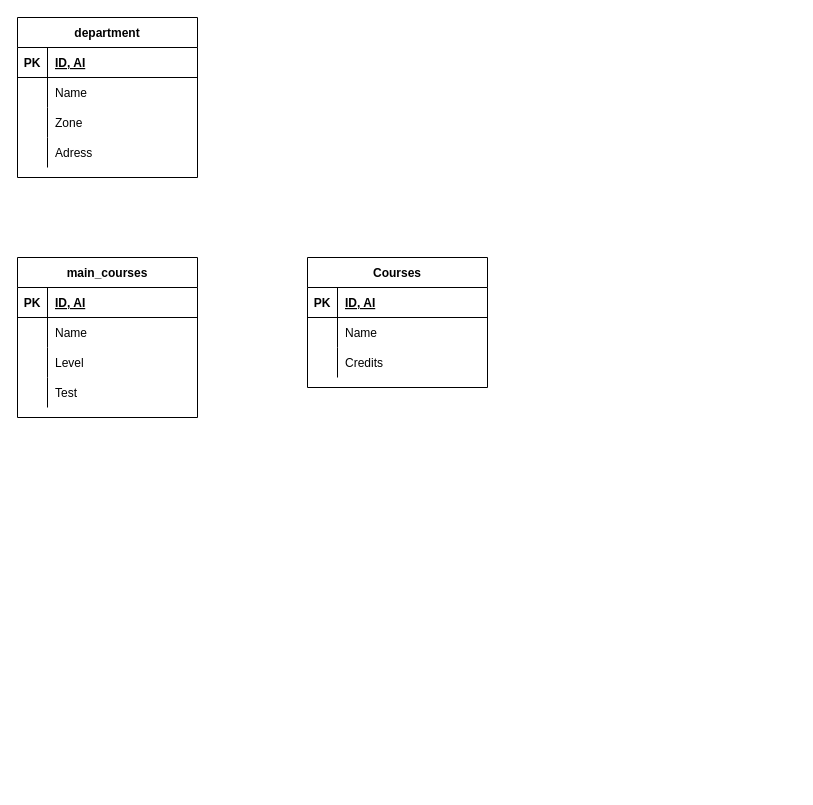
The draw.io diagram db.drawio in Vale2197/db-university, before the edit. Source tidied: cells renumbered, new cells numbered last; positions are measured from the earlier drawing's top-left corner, leaving out a move shared by most shapes. Both pictures are drawn from the tidied source at 100%, with x=0, y=0 at pixel (17, 17).
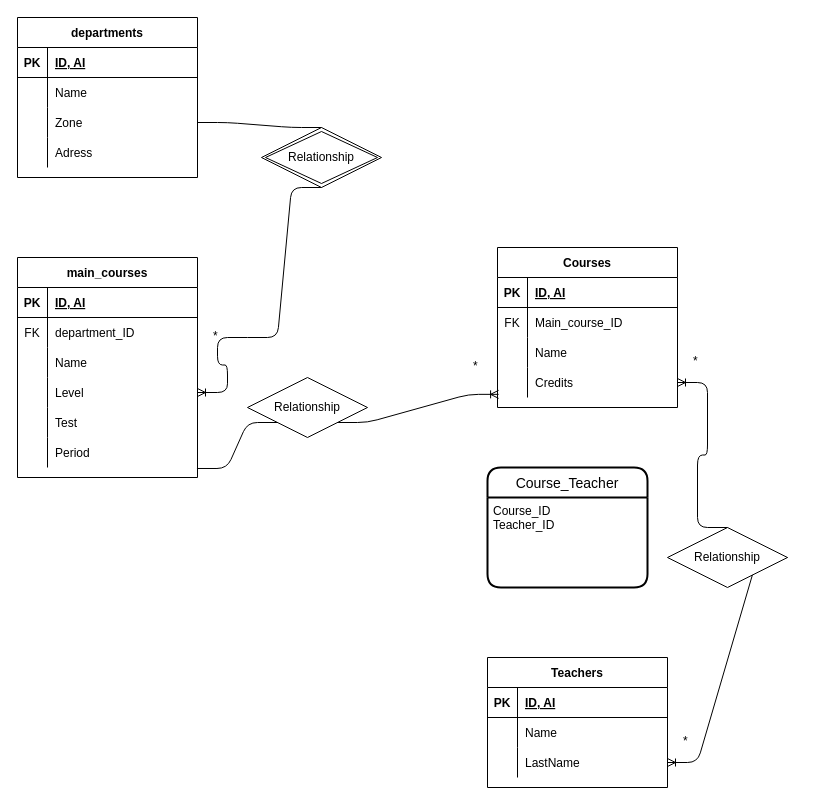
The same diagram, later.

Commit message:
(tabella teacher e relazioni)

Unchanged cells that the change refers to:
```xml
<mxCell id="9" style="shape=partialRectangle;fillColor=none;top=0;left=0;bottom=0;right=0;points=[[0,0.5],[1,0.5]];portConstraint=eastwest;" parent="2" vertex="1">
  <mxGeometry y="90" width="180" height="30" as="geometry" />
</mxCell>
```

Change to the diagram source:
```diff
@@
-    <mxCell id="2" value="department" style="shape=table;startSize=30;childLayout=tableLayout;rowLines=0;fontStyle=1;align=center;" parent="1" vertex="1">
+    <mxCell id="2" value="departments" style="shape=table;startSize=30;childLayout=tableLayout;rowLines=0;fontStyle=1;align=center;" parent="1" vertex="1">
       <mxGeometry width="180" height="160" as="geometry" />
     </mxCell>
@@
     <mxCell id="15" value="main_courses" style="shape=table;startSize=30;childLayout=tableLayout;rowLines=0;fontStyle=1;align=center;" parent="1" vertex="1">
-      <mxGeometry y="240" width="180" height="160" as="geometry" />
+      <mxGeometry y="240" width="180" height="220" as="geometry" />
     </mxCell>
@@
+    <mxCell id="38" style="shape=partialRectangle;fillColor=none;top=0;left=0;bottom=0;right=0;" parent="15" vertex="1">
+      <mxGeometry y="60" width="180" height="30" as="geometry" />
+    </mxCell>
+    <mxCell id="39" value="FK" style="shape=partialRectangle;fillColor=none;top=0;left=0;bottom=0;right=0;overflow=hidden;" parent="38" vertex="1">
+      <mxGeometry width="30" height="30" as="geometry" />
+    </mxCell>
+    <mxCell id="40" value="department_ID" style="shape=partialRectangle;fillColor=none;top=0;left=0;bottom=0;right=0;align=left;spacingLeft=6;overflow=hidden;" parent="38" vertex="1">
+      <mxGeometry x="30" width="150" height="30" as="geometry" />
+    </mxCell>
     <mxCell id="19" style="shape=partialRectangle;fillColor=none;top=0;left=0;bottom=0;right=0;" parent="15" vertex="1">
-      <mxGeometry y="60" width="180" height="30" as="geometry" />
+      <mxGeometry y="90" width="180" height="30" as="geometry" />
     </mxCell>
@@
     <mxCell id="22" style="shape=partialRectangle;fillColor=none;top=0;left=0;bottom=0;right=0;points=[[0,0.5],[1,0.5]];portConstraint=eastwest;" parent="15" vertex="1">
-      <mxGeometry y="90" width="180" height="30" as="geometry" />
+      <mxGeometry y="120" width="180" height="30" as="geometry" />
     </mxCell>
@@
+    <mxCell id="41" style="shape=partialRectangle;fillColor=none;top=0;left=0;bottom=0;right=0;" parent="15" vertex="1">
+      <mxGeometry y="150" width="180" height="30" as="geometry" />
+    </mxCell>
+    <mxCell id="42" style="shape=partialRectangle;fillColor=none;top=0;left=0;bottom=0;right=0;overflow=hidden;" parent="41" vertex="1">
+      <mxGeometry width="30" height="30" as="geometry" />
+    </mxCell>
+    <mxCell id="43" value="Test" style="shape=partialRectangle;fillColor=none;top=0;left=0;bottom=0;right=0;align=left;spacingLeft=6;overflow=hidden;" parent="41" vertex="1">
+      <mxGeometry x="30" width="150" height="30" as="geometry" />
+    </mxCell>
     <mxCell id="25" style="shape=partialRectangle;fillColor=none;top=0;left=0;bottom=0;right=0;points=[[0,0.5],[1,0.5]];portConstraint=eastwest;" parent="15" vertex="1">
-      <mxGeometry y="120" width="180" height="30" as="geometry" />
+      <mxGeometry y="180" width="180" height="30" as="geometry" />
     </mxCell>
@@
-    <mxCell id="27" value="Test" style="shape=partialRectangle;fillColor=none;top=0;left=0;bottom=0;right=0;align=left;spacingLeft=6;overflow=hidden;" parent="25" vertex="1">
+    <mxCell id="27" value="Period" style="shape=partialRectangle;fillColor=none;top=0;left=0;bottom=0;right=0;align=left;spacingLeft=6;overflow=hidden;" parent="25" vertex="1">
       <mxGeometry x="30" width="150" height="30" as="geometry" />
     </mxCell>
     <mxCell id="28" value="Courses" style="shape=table;startSize=30;childLayout=tableLayout;rowLines=0;fontStyle=1;align=center;" parent="1" vertex="1">
-      <mxGeometry x="290" y="240" width="180" height="130" as="geometry" />
+      <mxGeometry x="480" y="230" width="180" height="160" as="geometry" />
     </mxCell>
@@
+    <mxCell id="44" style="shape=partialRectangle;fillColor=none;top=0;left=0;bottom=0;right=0;" parent="28" vertex="1">
+      <mxGeometry y="60" width="180" height="30" as="geometry" />
+    </mxCell>
+    <mxCell id="45" value="FK" style="shape=partialRectangle;fillColor=none;top=0;left=0;bottom=0;right=0;overflow=hidden;" parent="44" vertex="1">
+      <mxGeometry width="30" height="30" as="geometry" />
+    </mxCell>
+    <mxCell id="46" value="Main_course_ID" style="shape=partialRectangle;fillColor=none;top=0;left=0;bottom=0;right=0;align=left;spacingLeft=6;overflow=hidden;" parent="44" vertex="1">
+      <mxGeometry x="30" width="150" height="30" as="geometry" />
+    </mxCell>
     <mxCell id="32" style="shape=partialRectangle;fillColor=none;top=0;left=0;bottom=0;right=0;" parent="28" vertex="1">
-      <mxGeometry y="60" width="180" height="30" as="geometry" />
+      <mxGeometry y="90" width="180" height="30" as="geometry" />
     </mxCell>
@@
     <mxCell id="35" style="shape=partialRectangle;fillColor=none;top=0;left=0;bottom=0;right=0;points=[[0,0.5],[1,0.5]];portConstraint=eastwest;" parent="28" vertex="1">
-      <mxGeometry y="90" width="180" height="30" as="geometry" />
+      <mxGeometry y="120" width="180" height="30" as="geometry" />
     </mxCell>
@@
+    <mxCell id="47" value="Teachers" style="shape=table;startSize=30;childLayout=tableLayout;rowLines=0;fontStyle=1;align=center;" parent="1" vertex="1">
+      <mxGeometry x="470" y="640" width="180" height="130" as="geometry" />
+    </mxCell>
+    <mxCell id="48" style="shape=partialRectangle;fillColor=none;top=0;left=0;bottom=1;right=0;" parent="47" vertex="1">
+      <mxGeometry y="30" width="180" height="30" as="geometry" />
+    </mxCell>
+    <mxCell id="49" value="PK" style="shape=partialRectangle;fillColor=none;top=0;left=0;bottom=0;right=0;fontStyle=1;overflow=hidden;" parent="48" vertex="1">
+      <mxGeometry width="30" height="30" as="geometry" />
+    </mxCell>
+    <mxCell id="50" value="ID, AI" style="shape=partialRectangle;fillColor=none;top=0;left=0;bottom=0;right=0;align=left;spacingLeft=6;fontStyle=5;overflow=hidden;" parent="48" vertex="1">
+      <mxGeometry x="30" width="150" height="30" as="geometry" />
+    </mxCell>
+    <mxCell id="51" style="shape=partialRectangle;fillColor=none;top=0;left=0;bottom=0;right=0;" parent="47" vertex="1">
+      <mxGeometry y="60" width="180" height="30" as="geometry" />
+    </mxCell>
+    <mxCell id="52" style="shape=partialRectangle;fillColor=none;top=0;left=0;bottom=0;right=0;overflow=hidden;" parent="51" vertex="1">
+      <mxGeometry width="30" height="30" as="geometry" />
+    </mxCell>
+    <mxCell id="53" value="Name" style="shape=partialRectangle;fillColor=none;top=0;left=0;bottom=0;right=0;align=left;spacingLeft=6;overflow=hidden;" parent="51" vertex="1">
+      <mxGeometry x="30" width="150" height="30" as="geometry" />
+    </mxCell>
+    <mxCell id="54" style="shape=partialRectangle;fillColor=none;top=0;left=0;bottom=0;right=0;points=[[0,0.5],[1,0.5]];portConstraint=eastwest;" parent="47" vertex="1">
+      <mxGeometry y="90" width="180" height="30" as="geometry" />
+    </mxCell>
+    <mxCell id="55" style="shape=partialRectangle;fillColor=none;top=0;left=0;bottom=0;right=0;overflow=hidden;" parent="54" vertex="1">
+      <mxGeometry width="30" height="30" as="geometry" />
+    </mxCell>
+    <mxCell id="56" value="LastName" style="shape=partialRectangle;fillColor=none;top=0;left=0;bottom=0;right=0;align=left;spacingLeft=6;overflow=hidden;" parent="54" vertex="1">
+      <mxGeometry x="30" width="150" height="30" as="geometry" />
+    </mxCell>
+    <mxCell id="57" style="edgeStyle=entityRelationEdgeStyle;fontSize=12;html=1;endArrow=ERoneToMany;exitX=1;exitY=0.5;exitDx=0;exitDy=0;entryX=1;entryY=0.5;entryDx=0;entryDy=0;startArrow=none;" parent="1" edge="1" source="60" target="22">
+      <mxGeometry relative="1" as="geometry" />
+    </mxCell>
+    <mxCell id="58" value="Relationship" style="shape=rhombus;double=1;perimeter=rhombusPerimeter;whiteSpace=wrap;html=1;align=center;" parent="1" vertex="1">
+      <mxGeometry x="244" y="110" width="120" height="60" as="geometry" />
+    </mxCell>
+    <mxCell id="59" style="edgeStyle=entityRelationEdgeStyle;fontSize=12;html=1;endArrow=none;exitX=1;exitY=0.5;exitDx=0;exitDy=0;entryX=0.5;entryY=0;entryDx=0;entryDy=0;" parent="1" edge="1" source="9" target="58">
+      <mxGeometry relative="1" as="geometry" />
+    </mxCell>
+    <mxCell id="60" value="*" style="text;strokeColor=none;fillColor=none;spacingLeft=4;spacingRight=4;overflow=hidden;points=[[0,0.5],[1,0.5]];portConstraint=eastwest;fontSize=12;" parent="1" vertex="1">
+      <mxGeometry x="190" y="305" width="40" height="30" as="geometry" />
+    </mxCell>
+    <mxCell id="61" style="edgeStyle=entityRelationEdgeStyle;fontSize=12;html=1;endArrow=none;exitX=0.5;exitY=1;exitDx=0;exitDy=0;entryX=1;entryY=0.5;entryDx=0;entryDy=0;startArrow=none;" parent="1" edge="1" source="58" target="60">
+      <mxGeometry relative="1" as="geometry" />
+    </mxCell>
+    <mxCell id="62" style="edgeStyle=entityRelationEdgeStyle;fontSize=12;html=1;endArrow=ERoneToMany;exitX=1;exitY=1;exitDx=0;exitDy=0;entryX=0.006;entryY=0.895;entryDx=0;entryDy=0;entryPerimeter=0;startArrow=none;" parent="1" edge="1" source="63" target="35">
+      <mxGeometry relative="1" as="geometry" />
+    </mxCell>
+    <mxCell id="63" value="Relationship" style="shape=rhombus;perimeter=rhombusPerimeter;whiteSpace=wrap;html=1;align=center;" parent="1" vertex="1">
+      <mxGeometry x="230" y="360" width="120" height="60" as="geometry" />
+    </mxCell>
+    <mxCell id="64" style="edgeStyle=entityRelationEdgeStyle;fontSize=12;html=1;endArrow=none;exitX=0.997;exitY=1.033;exitDx=0;exitDy=0;exitPerimeter=0;entryX=0;entryY=1;entryDx=0;entryDy=0;" parent="1" edge="1" source="25" target="63">
+      <mxGeometry relative="1" as="geometry" />
+    </mxCell>
+    <mxCell id="65" value="*" style="text;strokeColor=none;fillColor=none;spacingLeft=4;spacingRight=4;overflow=hidden;fontSize=12;" parent="1" vertex="1">
+      <mxGeometry x="450" y="335" width="20" height="30" as="geometry" />
+    </mxCell>
+    <mxCell id="66" style="edgeStyle=entityRelationEdgeStyle;fontSize=12;html=1;endArrow=ERoneToMany;exitX=1;exitY=0.5;exitDx=0;exitDy=0;entryX=1;entryY=0.5;entryDx=0;entryDy=0;startArrow=none;entryPerimeter=0;" parent="1" edge="1" source="67" target="54">
+      <mxGeometry relative="1" as="geometry" />
+    </mxCell>
+    <mxCell id="67" value="Relationship" style="shape=rhombus;perimeter=rhombusPerimeter;whiteSpace=wrap;html=1;align=center;" parent="1" vertex="1">
+      <mxGeometry x="650" y="510" width="120" height="60" as="geometry" />
+    </mxCell>
+    <mxCell id="68" value="*" style="text;strokeColor=none;fillColor=none;spacingLeft=4;spacingRight=4;overflow=hidden;fontSize=12;" parent="1" vertex="1">
+      <mxGeometry x="660" y="710" width="20" height="30" as="geometry" />
+    </mxCell>
+    <mxCell id="69" style="edgeStyle=entityRelationEdgeStyle;fontSize=12;html=1;endArrow=ERoneToMany;entryX=1;entryY=0.5;entryDx=0;entryDy=0;exitX=0.5;exitY=0;exitDx=0;exitDy=0;" parent="1" edge="1" source="67" target="35">
+      <mxGeometry relative="1" as="geometry" />
+    </mxCell>
+    <mxCell id="70" value="Course_Teacher" style="swimlane;horizontal=1;startSize=30;rounded=1;fontSize=14;fontStyle=0;strokeWidth=2;shadow=0;dashed=0;align=center;" parent="1" vertex="1">
+      <mxGeometry x="470" y="450" width="160" height="120" as="geometry" />
+    </mxCell>
+    <mxCell id="71" value="Course_ID&#10;Teacher_ID" style="align=left;strokeColor=none;fillColor=none;spacingLeft=4;fontSize=12;verticalAlign=top;" parent="70" vertex="1">
+      <mxGeometry y="30" width="160" height="90" as="geometry" />
+    </mxCell>
+    <mxCell id="72" value="*" style="text;strokeColor=none;fillColor=none;spacingLeft=4;spacingRight=4;overflow=hidden;fontSize=12;" parent="1" vertex="1">
+      <mxGeometry x="670" y="330" width="20" height="30" as="geometry" />
+    </mxCell>
```
